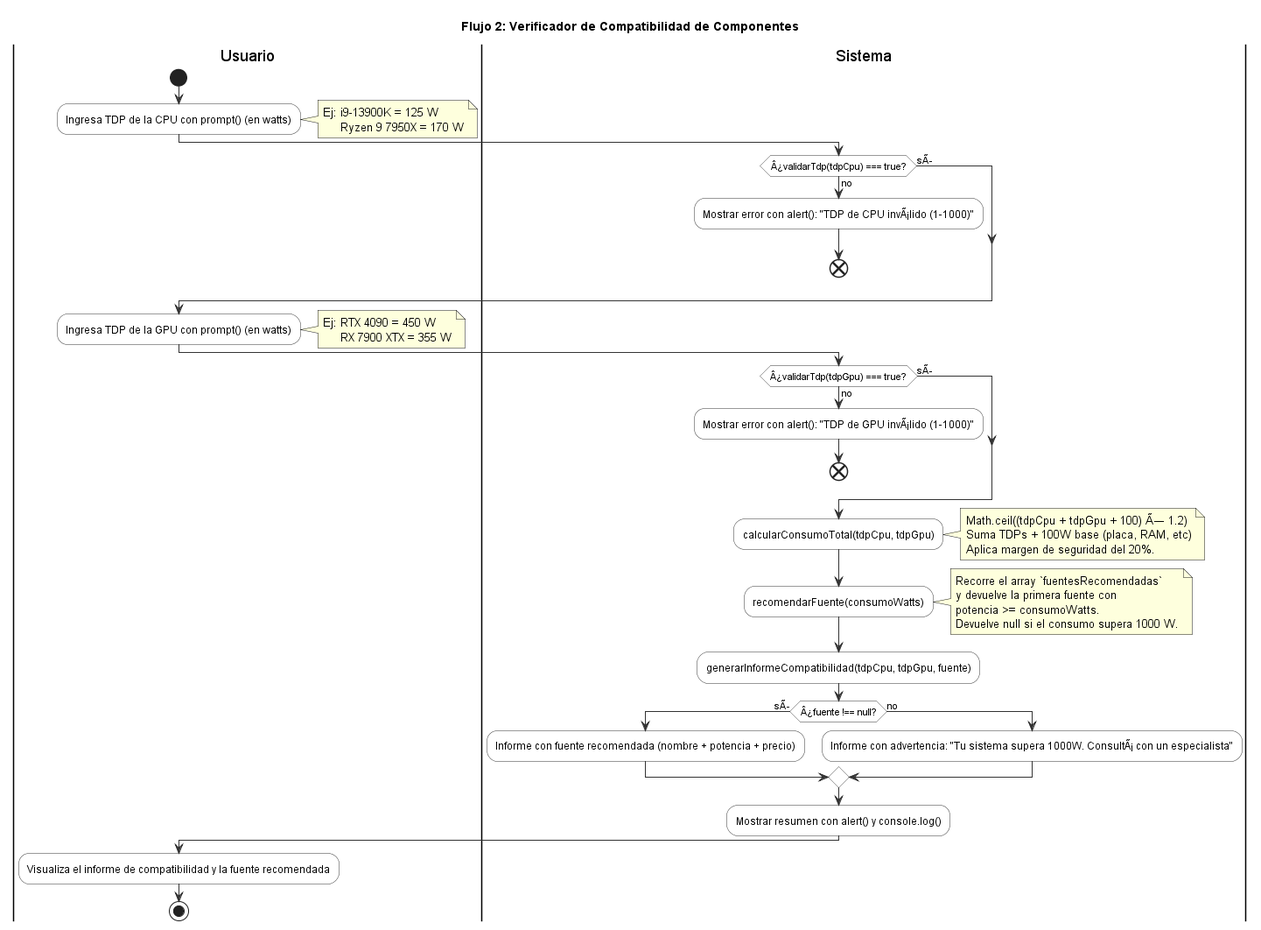
The PlantUML diagram docs/05-diagramas/01-diagrama-de-actividades/actividad-flujo-2-compatibilidad.png in GonzaloBarbano/E-commerce, before a commit.
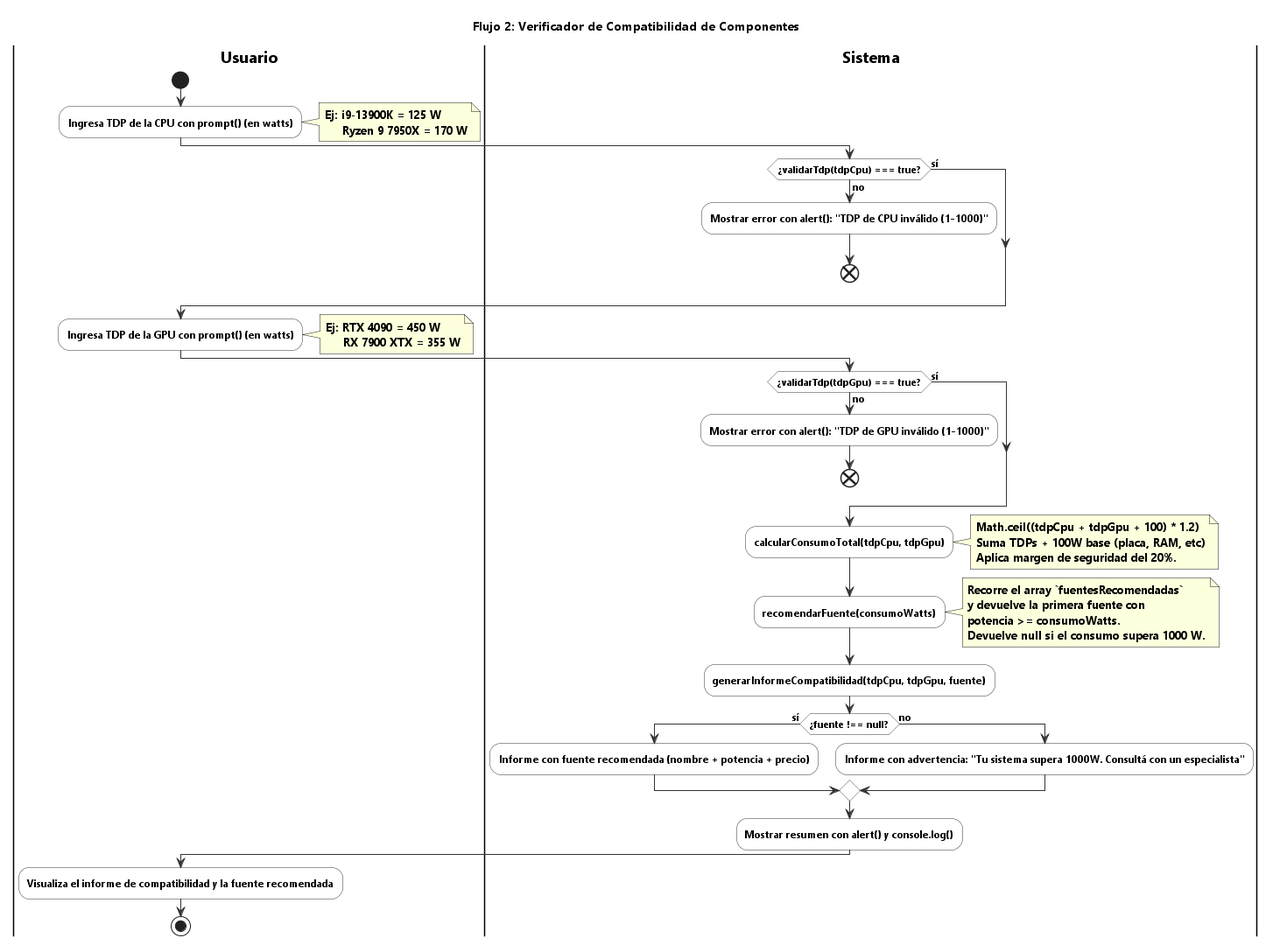
The same file after the commit.

Diff of the diagram source:
```diff
@@ -1,5 +1,6 @@
-@startuml flujo-2-compatibilidad
+@startuml actividad-flujo-2-compatibilidad
 title Flujo 2: Verificador de Compatibilidad de Componentes
+skinparam defaultFontName "Segoe UI"
 skinparam ActivityBackgroundColor #FFFFFF
 skinparam ActivityBorderColor #333333
 skinparam ArrowColor #333333
@@ -13,9 +14,9 @@
 end note
 
 |Sistema|
-if (Â¿validarTdp(tdpCpu) === true?) then (sÃ­)
+if (¿validarTdp(tdpCpu) === true?) then (sí)
 else (no)
-  :Mostrar error con alert(): "TDP de CPU invÃ¡lido (1-1000)";
+  :Mostrar error con alert(): "TDP de CPU inválido (1-1000)";
   end
 endif
 
@@ -27,15 +28,15 @@
 end note
 
 |Sistema|
-if (Â¿validarTdp(tdpGpu) === true?) then (sÃ­)
+if (¿validarTdp(tdpGpu) === true?) then (sí)
 else (no)
-  :Mostrar error con alert(): "TDP de GPU invÃ¡lido (1-1000)";
+  :Mostrar error con alert(): "TDP de GPU inválido (1-1000)";
   end
 endif
 
 :calcularConsumoTotal(tdpCpu, tdpGpu);
 note right
-  Math.ceil((tdpCpu + tdpGpu + 100) Ã— 1.2)
+  Math.ceil((tdpCpu + tdpGpu + 100) * 1.2)
   Suma TDPs + 100W base (placa, RAM, etc)
   Aplica margen de seguridad del 20%.
 end note
@@ -50,10 +51,10 @@
 
 :generarInformeCompatibilidad(tdpCpu, tdpGpu, fuente);
 
-if (Â¿fuente !== null?) then (sÃ­)
+if (¿fuente !== null?) then (sí)
   :Informe con fuente recomendada (nombre + potencia + precio);
 else (no)
-  :Informe con advertencia: "Tu sistema supera 1000W. ConsultÃ¡ con un especialista";
+  :Informe con advertencia: "Tu sistema supera 1000W. Consultá con un especialista";
 endif
 
 :Mostrar resumen con alert() y console.log();
```
